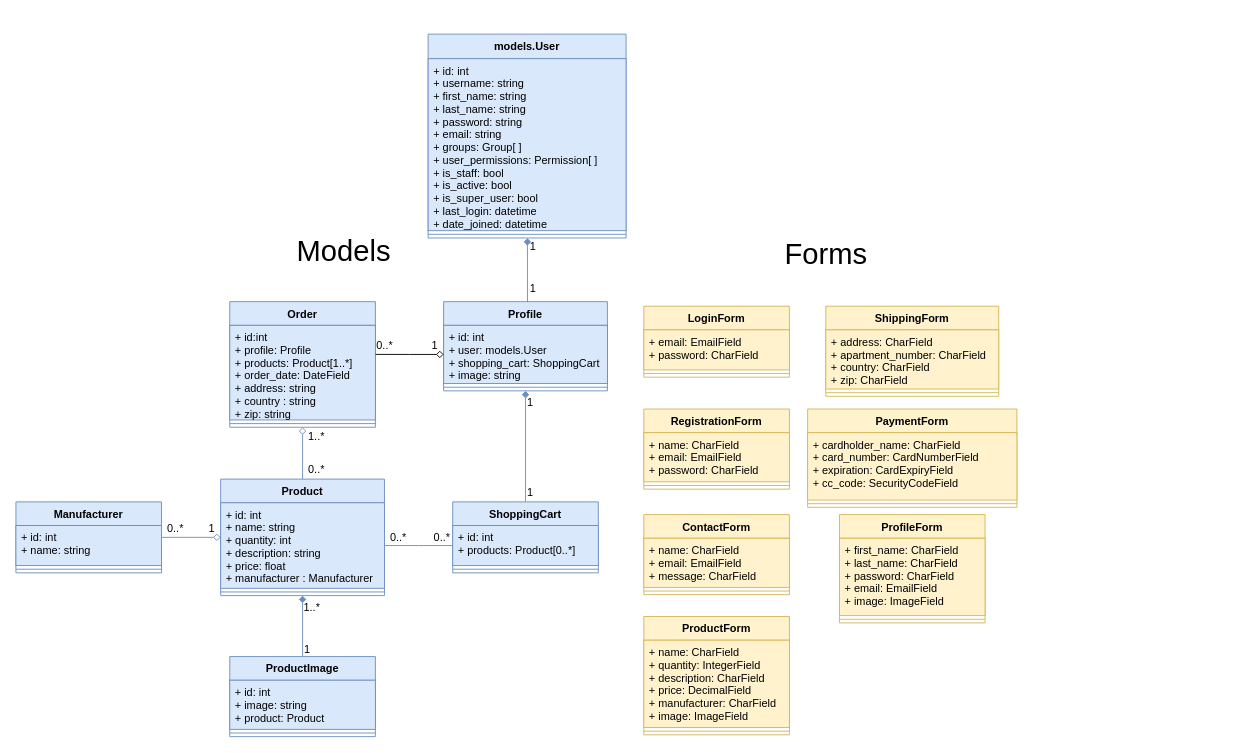
Above: documentation/diagrams/class_diagram.drawio in RunarVestmann/verklegtnamskeid2 (draw.io), before the change. Source tidied: cells renumbered, new cells numbered last; positions are measured from the earlier drawing's top-left corner, leaving out a move shared by most shapes. Both pictures are drawn from the tidied source at 91%, with x=0, y=0 at pixel (15, 34).
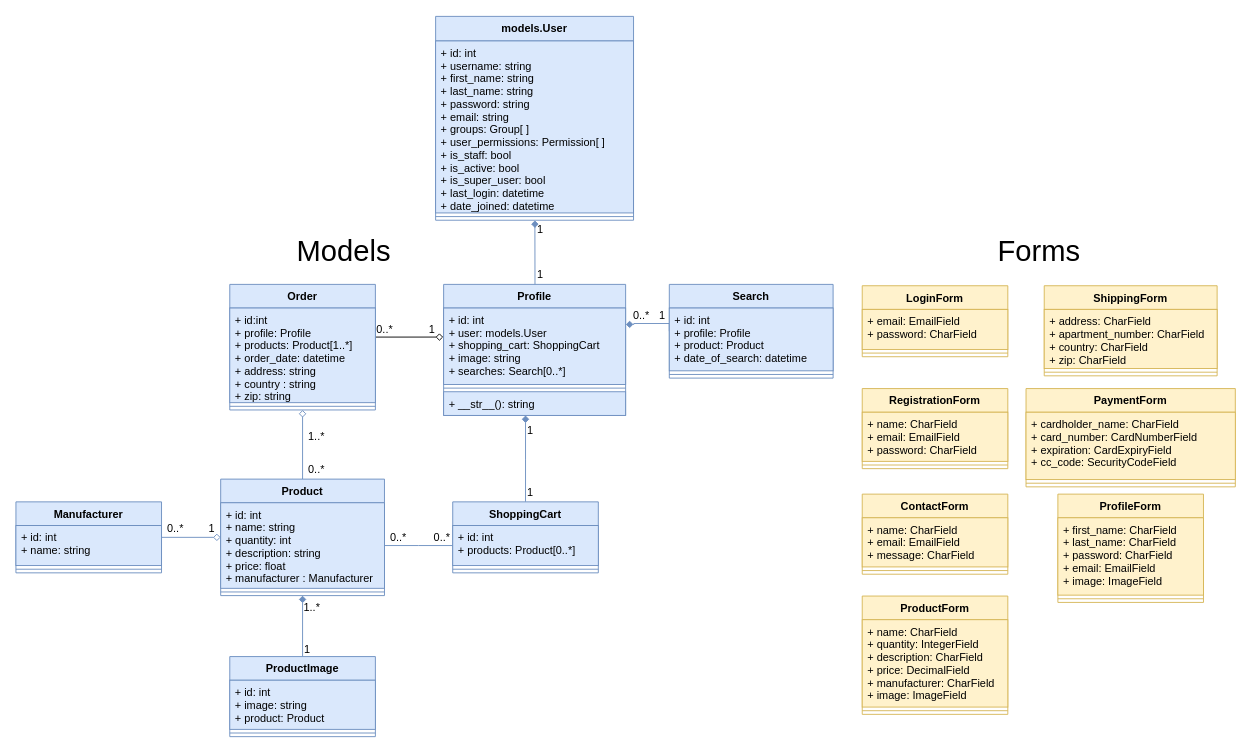
The same diagram, later.

Commit message (it also covers changes not shown here):
Added a Search model

Unchanged cells that the change refers to:
```xml
<mxCell id="31" value="ShoppingCart" style="swimlane;fontStyle=1;align=center;verticalAlign=top;horizontal=1;startSize=26;fillColor=#dae8fc;strokeColor=#6c8ebf;" parent="1" vertex="1">
  <mxGeometry x="480" y="514" width="160" height="78" as="geometry" />
</mxCell>
```

The edit, as a diff of the source:
```diff
@@
-    <mxCell id="2" style="edgeStyle=orthogonalEdgeStyle;rounded=0;jettySize=auto;html=1;exitX=0.5;exitY=1;exitDx=0;exitDy=0;entryX=0.5;entryY=0;entryDx=0;entryDy=0;endArrow=none;endFill=0;fillColor=#dae8fc;strokeColor=#6c8ebf;startArrow=diamond;startFill=1;" parent="1" edge="1" source="19" target="31">
-      <mxGeometry relative="1" as="geometry" />
-    </mxCell>
@@
     <mxCell id="6" value="&lt;font style=&quot;font-size: 12px&quot;&gt;1&lt;/font&gt;" style="text;html=1;align=center;verticalAlign=middle;" parent="1" vertex="1">
-      <mxGeometry x="555" y="395" width="20" height="20" as="geometry" />
+      <mxGeometry x="555" y="426" width="20" height="20" as="geometry" />
     </mxCell>
@@
     <mxCell id="8" value="&lt;font style=&quot;font-size: 12px&quot;&gt;1&lt;/font&gt;" style="text;html=1;align=center;verticalAlign=middle;" parent="1" vertex="1">
-      <mxGeometry x="450" y="333" width="20" height="20" as="geometry" />
+      <mxGeometry x="447" y="315" width="20" height="20" as="geometry" />
     </mxCell>
     <mxCell id="9" value="0..*" style="text;html=1;align=center;verticalAlign=middle;" parent="1" vertex="1">
-      <mxGeometry x="390" y="333" width="30" height="20" as="geometry" />
+      <mxGeometry x="390" y="315" width="30" height="20" as="geometry" />
     </mxCell>
@@
+    <mxCell id="46" value="models.User" style="swimlane;fontStyle=1;align=center;verticalAlign=top;horizontal=1;startSize=27;fillColor=#dae8fc;strokeColor=#6c8ebf;" parent="1" vertex="1">
+      <mxGeometry x="461.2" y="-19.5" width="217.5" height="224" as="geometry" />
+    </mxCell>
+    <mxCell id="47" value="+ id: int&#10;+ username: string&#10;+ first_name: string&#10;+ last_name: string&#10;+ password: string&#10;+ email: string&#10;+ groups: Group[ ]&#10;+ user_permissions: Permission[ ]&#10;+ is_staff: bool&#10;+ is_active: bool&#10;+ is_super_user: bool&#10;+ last_login: datetime&#10;+ date_joined: datetime" style="text;strokeColor=#6c8ebf;fillColor=#dae8fc;align=left;verticalAlign=top;spacingLeft=4;spacingRight=4;overflow=hidden;" parent="46" vertex="1">
+      <mxGeometry y="27" width="217.5" height="189" as="geometry" />
+    </mxCell>
+    <mxCell id="48" style="line;strokeWidth=1;fillColor=#dae8fc;align=left;verticalAlign=middle;spacingTop=-1;spacingLeft=3;spacingRight=3;labelPosition=right;strokeColor=#6c8ebf;" parent="46" vertex="1">
+      <mxGeometry y="216" width="217.5" height="8" as="geometry" />
+    </mxCell>
@@
-    <mxCell id="19" value="Profile" style="swimlane;fontStyle=1;align=center;verticalAlign=top;horizontal=1;startSize=26;fillColor=#dae8fc;strokeColor=#6c8ebf;" parent="1" vertex="1">
-      <mxGeometry x="470" y="294" width="180" height="98" as="geometry" />
-    </mxCell>
-    <mxCell id="20" value="+ id: int&#10;+ user: models.User&#10;+ shopping_cart: ShoppingCart&#10;+ image: string&#10;&#10;" style="text;strokeColor=#6c8ebf;fillColor=#dae8fc;align=left;verticalAlign=top;spacingLeft=4;spacingRight=4;overflow=hidden;points=[[0,0.5],[1,0.5]];portConstraint=eastwest;" parent="19" vertex="1">
-      <mxGeometry y="26" width="180" height="64" as="geometry" />
-    </mxCell>
-    <mxCell id="21" style="line;strokeWidth=1;fillColor=#dae8fc;align=left;verticalAlign=middle;spacingTop=-1;spacingLeft=3;spacingRight=3;labelPosition=right;strokeColor=#6c8ebf;" parent="19" vertex="1">
-      <mxGeometry y="90" width="180" height="8" as="geometry" />
-    </mxCell>
-    <mxCell id="22" value="Order" style="swimlane;fontStyle=1;align=center;verticalAlign=top;horizontal=1;startSize=26;fillColor=#dae8fc;strokeColor=#6c8ebf;" parent="1" vertex="1">
-      <mxGeometry x="235" y="294" width="160" height="138" as="geometry" />
-    </mxCell>
-    <mxCell id="23" value="+ id:int&#10;+ profile: Profile&#10;+ products: Product[1..*]&#10;+ order_date: DateField&#10;+ address: string&#10;+ country : string&#10;+ zip: string" style="text;strokeColor=#6c8ebf;fillColor=#dae8fc;align=left;verticalAlign=top;spacingLeft=4;spacingRight=4;overflow=hidden;points=[[0,0.5],[1,0.5]];portConstraint=eastwest;" parent="22" vertex="1">
-      <mxGeometry y="26" width="160" height="104" as="geometry" />
-    </mxCell>
-    <mxCell id="24" style="line;strokeWidth=1;fillColor=#dae8fc;align=left;verticalAlign=middle;spacingTop=-1;spacingLeft=3;spacingRight=3;labelPosition=right;strokeColor=#6c8ebf;" parent="22" vertex="1">
-      <mxGeometry y="130" width="160" height="8" as="geometry" />
-    </mxCell>
@@
+    <mxCell id="68" style="edgeStyle=orthogonalEdgeStyle;rounded=0;jettySize=auto;html=1;exitX=0.5;exitY=0;exitDx=0;exitDy=0;entryX=0.5;entryY=1;entryDx=0;entryDy=0;startArrow=none;startFill=0;endArrow=diamond;endFill=1;fillColor=#dae8fc;strokeColor=#6c8ebf;" parent="1" edge="1" source="31">
+      <mxGeometry relative="1" as="geometry">
+        <mxPoint x="560" y="419" as="targetPoint" />
+      </mxGeometry>
+    </mxCell>
@@
     <mxCell id="36" value="&lt;font style=&quot;font-size: 32px&quot;&gt;Forms&lt;/font&gt;" style="text;html=1;align=center;verticalAlign=middle;" parent="1" vertex="1">
-      <mxGeometry x="835" y="227" width="110" height="30" as="geometry" />
+      <mxGeometry x="1069" y="224" width="110" height="30" as="geometry" />
     </mxCell>
-    <mxCell id="37" value="LoginForm" style="swimlane;fontStyle=1;align=center;verticalAlign=top;horizontal=1;startSize=26;fillColor=#fff2cc;strokeColor=#d6b656;" parent="1" vertex="1">
-      <mxGeometry x="690" y="299" width="160" height="78" as="geometry" />
-    </mxCell>
-    <mxCell id="38" value="+ email: EmailField&#10;+ password: CharField" style="text;strokeColor=#d6b656;fillColor=#fff2cc;align=left;verticalAlign=top;spacingLeft=4;spacingRight=4;overflow=hidden;" parent="37" vertex="1">
-      <mxGeometry y="26" width="160" height="44" as="geometry" />
-    </mxCell>
-    <mxCell id="39" style="line;strokeWidth=1;fillColor=#fff2cc;align=left;verticalAlign=middle;spacingTop=-1;spacingLeft=3;spacingRight=3;labelPosition=right;strokeColor=#d6b656;" parent="37" vertex="1">
-      <mxGeometry y="70" width="160" height="8" as="geometry" />
-    </mxCell>
@@
     <mxCell id="43" value="1" style="text;html=1;align=center;verticalAlign=middle;" parent="1" vertex="1">
-      <mxGeometry x="558" y="270" width="20" height="20" as="geometry" />
+      <mxGeometry x="566.2" y="254" width="20" height="20" as="geometry" />
     </mxCell>
     <mxCell id="44" value="1" style="text;html=1;align=center;verticalAlign=middle;points=[];" parent="1" vertex="1">
-      <mxGeometry x="558" y="224" width="20" height="20" as="geometry" />
+      <mxGeometry x="566.2" y="204.5" width="20" height="20" as="geometry" />
     </mxCell>
-    <mxCell id="45" style="edgeStyle=orthogonalEdgeStyle;rounded=0;jettySize=auto;html=1;entryX=0.512;entryY=0.004;entryDx=0;entryDy=0;entryPerimeter=0;endArrow=none;endFill=0;fillColor=#dae8fc;strokeColor=#6c8ebf;startArrow=diamond;startFill=1;exitX=0.206;exitY=0.006;exitDx=0;exitDy=0;exitPerimeter=0;" parent="1" edge="1" source="44" target="19">
+    <mxCell id="45" style="edgeStyle=orthogonalEdgeStyle;rounded=0;jettySize=auto;html=1;entryX=0.512;entryY=0.004;entryDx=0;entryDy=0;entryPerimeter=0;endArrow=none;endFill=0;fillColor=#dae8fc;strokeColor=#6c8ebf;startArrow=diamond;startFill=1;exitX=0.206;exitY=0.006;exitDx=0;exitDy=0;exitPerimeter=0;" parent="1" edge="1" source="44">
       <mxGeometry relative="1" as="geometry">
+        <mxPoint x="570.4" y="275" as="targetPoint" />
         <Array as="points">
-          <mxPoint x="562" y="227" />
-          <mxPoint x="562" y="227" />
+          <mxPoint x="570.2" y="207.5" />
+          <mxPoint x="570.2" y="207.5" />
         </Array>
       </mxGeometry>
     </mxCell>
-    <mxCell id="46" value="models.User" style="swimlane;fontStyle=1;align=center;verticalAlign=top;horizontal=1;startSize=27;fillColor=#dae8fc;strokeColor=#6c8ebf;" parent="1" vertex="1">
-      <mxGeometry x="453" width="217.5" height="224" as="geometry" />
-    </mxCell>
-    <mxCell id="47" value="+ id: int&#10;+ username: string&#10;+ first_name: string&#10;+ last_name: string&#10;+ password: string&#10;+ email: string&#10;+ groups: Group[ ]&#10;+ user_permissions: Permission[ ]&#10;+ is_staff: bool&#10;+ is_active: bool&#10;+ is_super_user: bool&#10;+ last_login: datetime&#10;+ date_joined: datetime" style="text;strokeColor=#6c8ebf;fillColor=#dae8fc;align=left;verticalAlign=top;spacingLeft=4;spacingRight=4;overflow=hidden;" parent="46" vertex="1">
-      <mxGeometry y="27" width="217.5" height="189" as="geometry" />
-    </mxCell>
-    <mxCell id="48" style="line;strokeWidth=1;fillColor=#dae8fc;align=left;verticalAlign=middle;spacingTop=-1;spacingLeft=3;spacingRight=3;labelPosition=right;strokeColor=#6c8ebf;" parent="46" vertex="1">
-      <mxGeometry y="216" width="217.5" height="8" as="geometry" />
-    </mxCell>
+    <mxCell id="67" style="edgeStyle=orthogonalEdgeStyle;rounded=0;jettySize=auto;html=1;entryX=1.002;entryY=0.307;entryDx=0;entryDy=0;entryPerimeter=0;startArrow=diamond;startFill=0;endArrow=none;endFill=0;exitX=-0.002;exitY=0.384;exitDx=0;exitDy=0;exitPerimeter=0;" parent="1" edge="1" source="69" target="23">
+      <mxGeometry relative="1" as="geometry">
+        <Array as="points">
+          <mxPoint x="395" y="333" />
+        </Array>
+      </mxGeometry>
+    </mxCell>
+    <mxCell id="19" value="Profile" style="swimlane;fontStyle=1;align=center;verticalAlign=top;horizontal=1;startSize=26;fillColor=#dae8fc;strokeColor=#6c8ebf;" parent="1" vertex="1">
+      <mxGeometry x="470" y="275" width="200" height="144" as="geometry" />
+    </mxCell>
+    <mxCell id="69" value="+ id: int&#10;+ user: models.User&#10;+ shopping_cart: ShoppingCart&#10;+ image: string&#10;+ searches: Search[0..*]&#10;&#10;&#10;" style="text;strokeColor=#6c8ebf;fillColor=#dae8fc;align=left;verticalAlign=top;spacingLeft=4;spacingRight=4;overflow=hidden;points=[[0,0.5],[1,0.5]];portConstraint=eastwest;" parent="19" vertex="1">
+      <mxGeometry y="26" width="200" height="84" as="geometry" />
+    </mxCell>
+    <mxCell id="70" style="line;strokeWidth=1;fillColor=#dae8fc;align=left;verticalAlign=middle;spacingTop=-1;spacingLeft=3;spacingRight=3;labelPosition=right;strokeColor=#6c8ebf;" parent="19" vertex="1">
+      <mxGeometry y="110" width="200" height="8" as="geometry" />
+    </mxCell>
+    <mxCell id="71" value="+ __str__(): string" style="text;strokeColor=#6c8ebf;fillColor=#dae8fc;align=left;verticalAlign=top;spacingLeft=4;spacingRight=4;overflow=hidden;" parent="19" vertex="1">
+      <mxGeometry y="118" width="200" height="26" as="geometry" />
+    </mxCell>
+    <mxCell id="72" style="edgeStyle=orthogonalEdgeStyle;rounded=0;jettySize=auto;html=1;exitX=0;exitY=0.5;exitDx=0;exitDy=0;entryX=1.001;entryY=0.214;entryDx=0;entryDy=0;entryPerimeter=0;startArrow=none;startFill=0;endArrow=diamond;endFill=1;fillColor=#dae8fc;strokeColor=#6c8ebf;" parent="1" edge="1" source="75" target="69">
+      <mxGeometry relative="1" as="geometry">
+        <Array as="points">
+          <mxPoint x="679" y="318" />
+        </Array>
+      </mxGeometry>
+    </mxCell>
+    <mxCell id="22" value="Order" style="swimlane;fontStyle=1;align=center;verticalAlign=top;horizontal=1;startSize=26;fillColor=#dae8fc;strokeColor=#6c8ebf;" parent="1" vertex="1">
+      <mxGeometry x="235" y="275" width="160" height="138" as="geometry" />
+    </mxCell>
+    <mxCell id="23" value="+ id:int&#10;+ profile: Profile&#10;+ products: Product[1..*]&#10;+ order_date: datetime&#10;+ address: string&#10;+ country : string&#10;+ zip: string" style="text;strokeColor=#6c8ebf;fillColor=#dae8fc;align=left;verticalAlign=top;spacingLeft=4;spacingRight=4;overflow=hidden;points=[[0,0.5],[1,0.5]];portConstraint=eastwest;" parent="22" vertex="1">
+      <mxGeometry y="26" width="160" height="104" as="geometry" />
+    </mxCell>
+    <mxCell id="24" style="line;strokeWidth=1;fillColor=#dae8fc;align=left;verticalAlign=middle;spacingTop=-1;spacingLeft=3;spacingRight=3;labelPosition=right;strokeColor=#6c8ebf;" parent="22" vertex="1">
+      <mxGeometry y="130" width="160" height="8" as="geometry" />
+    </mxCell>
+    <mxCell id="73" value="1" style="text;html=1;align=center;verticalAlign=middle;" parent="1" vertex="1">
+      <mxGeometry x="701" y="301" width="17" height="18" as="geometry" />
+    </mxCell>
+    <mxCell id="74" value="0..*" style="text;html=1;align=center;verticalAlign=middle;" parent="1" vertex="1">
+      <mxGeometry x="673" y="301" width="28" height="18" as="geometry" />
+    </mxCell>
+    <mxCell id="75" value="Search" style="swimlane;fontStyle=1;align=center;verticalAlign=top;horizontal=1;startSize=26;fillColor=#dae8fc;strokeColor=#6c8ebf;" parent="1" vertex="1">
+      <mxGeometry x="718" y="275" width="180" height="103" as="geometry" />
+    </mxCell>
+    <mxCell id="76" value="+ id: int&#10;+ profile: Profile&#10;+ product: Product&#10;+ date_of_search: datetime&#10;" style="text;strokeColor=#6c8ebf;fillColor=#dae8fc;align=left;verticalAlign=top;spacingLeft=4;spacingRight=4;overflow=hidden;" parent="75" vertex="1">
+      <mxGeometry y="26" width="180" height="69" as="geometry" />
+    </mxCell>
+    <mxCell id="77" style="line;strokeWidth=1;fillColor=#dae8fc;align=left;verticalAlign=middle;spacingTop=-1;spacingLeft=3;spacingRight=3;labelPosition=right;strokeColor=#6c8ebf;" parent="75" vertex="1">
+      <mxGeometry y="95" width="180" height="8" as="geometry" />
+    </mxCell>
+    <mxCell id="37" value="LoginForm" style="swimlane;fontStyle=1;align=center;verticalAlign=top;horizontal=1;startSize=26;fillColor=#fff2cc;strokeColor=#d6b656;" parent="1" vertex="1">
+      <mxGeometry x="930" y="276.5" width="160" height="78" as="geometry" />
+    </mxCell>
+    <mxCell id="38" value="+ email: EmailField&#10;+ password: CharField" style="text;strokeColor=#d6b656;fillColor=#fff2cc;align=left;verticalAlign=top;spacingLeft=4;spacingRight=4;overflow=hidden;" parent="37" vertex="1">
+      <mxGeometry y="26" width="160" height="44" as="geometry" />
+    </mxCell>
+    <mxCell id="39" style="line;strokeWidth=1;fillColor=#fff2cc;align=left;verticalAlign=middle;spacingTop=-1;spacingLeft=3;spacingRight=3;labelPosition=right;strokeColor=#d6b656;" parent="37" vertex="1">
+      <mxGeometry y="70" width="160" height="8" as="geometry" />
+    </mxCell>
     <mxCell id="49" value="RegistrationForm" style="swimlane;fontStyle=1;align=center;verticalAlign=top;horizontal=1;startSize=26;fillColor=#fff2cc;strokeColor=#d6b656;" parent="1" vertex="1">
-      <mxGeometry x="690" y="412" width="160" height="88" as="geometry" />
+      <mxGeometry x="930" y="389.5" width="160" height="88" as="geometry" />
     </mxCell>
@@
     <mxCell id="52" value="PaymentForm" style="swimlane;fontStyle=1;align=center;verticalAlign=top;horizontal=1;startSize=26;fillColor=#fff2cc;strokeColor=#d6b656;" parent="1" vertex="1">
-      <mxGeometry x="870" y="412" width="230" height="108" as="geometry" />
+      <mxGeometry x="1110" y="389.5" width="230" height="108" as="geometry" />
     </mxCell>
@@
     <mxCell id="55" value="ContactForm" style="swimlane;fontStyle=1;align=center;verticalAlign=top;horizontal=1;startSize=26;fillColor=#fff2cc;strokeColor=#d6b656;" parent="1" vertex="1">
-      <mxGeometry x="690" y="528" width="160" height="88" as="geometry" />
+      <mxGeometry x="930" y="505.5" width="160" height="88" as="geometry" />
     </mxCell>
@@
     <mxCell id="58" value="ProfileForm" style="swimlane;fontStyle=1;align=center;verticalAlign=top;horizontal=1;startSize=26;fillColor=#fff2cc;strokeColor=#d6b656;" parent="1" vertex="1">
-      <mxGeometry x="905" y="528" width="160" height="119" as="geometry" />
+      <mxGeometry x="1145" y="505.5" width="160" height="119" as="geometry" />
     </mxCell>
@@
     <mxCell id="61" value="ProductForm" style="swimlane;fontStyle=1;align=center;verticalAlign=top;horizontal=1;startSize=26;fillColor=#fff2cc;strokeColor=#d6b656;" parent="1" vertex="1">
-      <mxGeometry x="690" y="640" width="160" height="130" as="geometry" />
+      <mxGeometry x="930" y="617.5" width="160" height="130" as="geometry" />
     </mxCell>
@@
     <mxCell id="64" value="ShippingForm" style="swimlane;fontStyle=1;align=center;verticalAlign=top;horizontal=1;startSize=26;fillColor=#fff2cc;strokeColor=#d6b656;" parent="1" vertex="1">
-      <mxGeometry x="890" y="299" width="190" height="99" as="geometry" />
+      <mxGeometry x="1130" y="276.5" width="190" height="99" as="geometry" />
     </mxCell>
@@
-    <mxCell id="67" style="edgeStyle=orthogonalEdgeStyle;rounded=0;jettySize=auto;html=1;exitX=0;exitY=0.5;exitDx=0;exitDy=0;entryX=1.002;entryY=0.307;entryDx=0;entryDy=0;entryPerimeter=0;startArrow=diamond;startFill=0;endArrow=none;endFill=0;" parent="1" edge="1" source="20" target="23">
-      <mxGeometry relative="1" as="geometry" />
-    </mxCell>
```
